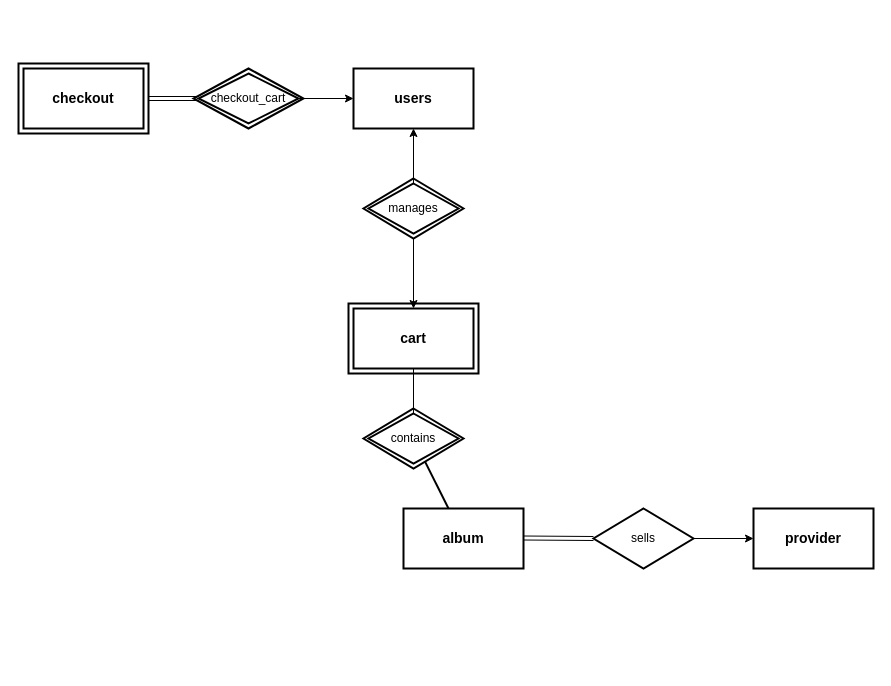
The draw.io diagram design/shopping.drawio in happyoogabooga/ShoppingCart, before the edit. Source tidied: cells renumbered, new cells numbered last; positions are measured from the earlier drawing's top-left corner, leaving out a move shared by most shapes. Both pictures are drawn from the tidied source at 100%, with x=0, y=0 at pixel (18, 63).
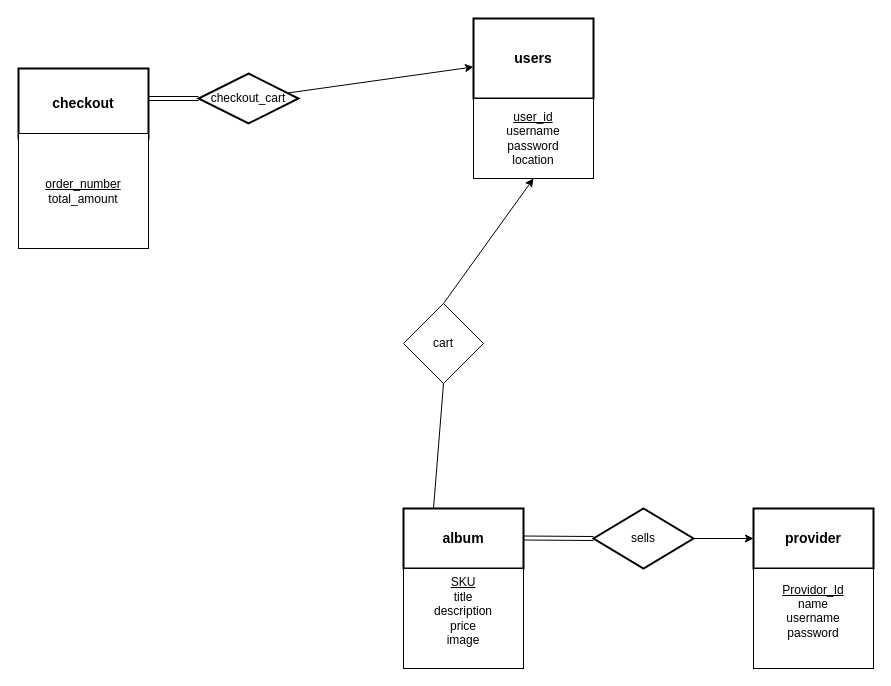
After the change.

Unchanged cells that the change refers to:
```xml
<mxCell id="4" value="album" style="rounded=0;whiteSpace=wrap;html=1;strokeWidth=2;fontSize=14;fontStyle=1;" parent="1" vertex="1">
  <mxGeometry x="385" y="445" width="120" height="60" as="geometry" />
</mxCell>
```

Change to the diagram source:
```diff
@@
-    <mxCell id="2" value="users" style="rounded=0;whiteSpace=wrap;html=1;strokeWidth=2;fontSize=14;fontStyle=1;" parent="1" vertex="1">
-      <mxGeometry x="335" y="5" width="120" height="60" as="geometry" />
-    </mxCell>
@@
-    <mxCell id="5" style="rounded=0;whiteSpace=wrap;html=1;strokeWidth=2;fillColor=none;" parent="1" vertex="1">
-      <mxGeometry x="330" y="240" width="130" height="70" as="geometry" />
-    </mxCell>
-    <mxCell id="6" style="edgeStyle=none;html=1;endArrow=none;endFill=0;" parent="1" edge="1" source="7" target="18">
-      <mxGeometry relative="1" as="geometry" />
-    </mxCell>
-    <mxCell id="7" value="cart" style="rounded=0;whiteSpace=wrap;html=1;strokeWidth=2;fontSize=14;fontStyle=1;" parent="1" vertex="1">
-      <mxGeometry x="335" y="245" width="120" height="60" as="geometry" />
-    </mxCell>
-    <mxCell id="8" style="rounded=0;whiteSpace=wrap;html=1;strokeWidth=2;fillColor=none;" parent="1" vertex="1">
-      <mxGeometry width="130" height="70" as="geometry" />
-    </mxCell>
     <mxCell id="9" value="checkout" style="rounded=0;whiteSpace=wrap;html=1;strokeWidth=2;fontSize=14;fontStyle=1;" parent="1" vertex="1">
-      <mxGeometry x="5" y="5" width="120" height="60" as="geometry" />
+      <mxGeometry y="5" width="130" height="70" as="geometry" />
     </mxCell>
-    <mxCell id="10" style="edgeStyle=none;html=1;" parent="1" edge="1" source="11" target="7">
-      <mxGeometry relative="1" as="geometry" />
-    </mxCell>
-    <mxCell id="11" style="rhombus;whiteSpace=wrap;html=1;strokeWidth=2;fillColor=none;" parent="1" vertex="1">
-      <mxGeometry x="345" y="115" width="100" height="60" as="geometry" />
-    </mxCell>
-    <mxCell id="12" style="edgeStyle=none;html=1;" parent="1" edge="1" source="13" target="2">
-      <mxGeometry relative="1" as="geometry" />
-    </mxCell>
-    <mxCell id="13" value="manages" style="rhombus;whiteSpace=wrap;html=1;strokeWidth=2;fontSize=12;" parent="1" vertex="1">
-      <mxGeometry x="350" y="120" width="90" height="50" as="geometry" />
-    </mxCell>
-    <mxCell id="14" style="rhombus;whiteSpace=wrap;html=1;strokeWidth=2;fillColor=none;" parent="1" vertex="1">
-      <mxGeometry x="175" y="5" width="110" height="60" as="geometry" />
-    </mxCell>
@@
-    <mxCell id="16" value="checkout_cart" style="rhombus;whiteSpace=wrap;html=1;strokeWidth=2;fontSize=12;" parent="1" vertex="1">
-      <mxGeometry x="180" y="10" width="100" height="50" as="geometry" />
-    </mxCell>
-    <mxCell id="17" style="rhombus;whiteSpace=wrap;html=1;strokeWidth=2;fillColor=none;" parent="1" vertex="1">
-      <mxGeometry x="345" y="345" width="100" height="60" as="geometry" />
-    </mxCell>
-    <mxCell id="18" value="contains" style="rhombus;whiteSpace=wrap;html=1;strokeWidth=2;fontSize=12;" parent="1" vertex="1">
-      <mxGeometry x="350" y="350" width="90" height="50" as="geometry" />
-    </mxCell>
@@
-    <mxCell id="21" style="endArrow=none;html=1;strokeWidth=2;fontSize=14;fontStyle=1;" parent="1" edge="1" source="17" target="4">
-      <mxGeometry relative="1" as="geometry" />
-    </mxCell>
@@
+    <mxCell id="24" value="&lt;u&gt;order_number&lt;/u&gt;&lt;div&gt;total_amount&lt;/div&gt;" style="rounded=0;whiteSpace=wrap;html=1;" parent="1" vertex="1">
+      <mxGeometry y="70" width="130" height="115" as="geometry" />
+    </mxCell>
+    <mxCell id="25" value="&lt;u&gt;SKU&lt;/u&gt;&lt;div&gt;title&lt;/div&gt;&lt;div&gt;description&lt;/div&gt;&lt;div&gt;price&lt;/div&gt;&lt;div&gt;image&lt;br&gt;&lt;div&gt;&lt;u&gt;&lt;br&gt;&lt;/u&gt;&lt;/div&gt;&lt;/div&gt;" style="rounded=0;whiteSpace=wrap;html=1;" parent="1" vertex="1">
+      <mxGeometry x="385" y="505" width="120" height="100" as="geometry" />
+    </mxCell>
+    <mxCell id="26" value="&lt;u&gt;Providor_Id&lt;/u&gt;&lt;div&gt;name&lt;/div&gt;&lt;div&gt;username&lt;/div&gt;&lt;div&gt;password&lt;/div&gt;&lt;div&gt;&lt;br&gt;&lt;/div&gt;" style="rounded=0;whiteSpace=wrap;html=1;" parent="1" vertex="1">
+      <mxGeometry x="735" y="505" width="120" height="100" as="geometry" />
+    </mxCell>
+    <mxCell id="27" style="group;" parent="1" vertex="1">
+      <mxGeometry x="455" y="-45" width="120" height="160" as="geometry" />
+    </mxCell>
+    <mxCell id="2" value="users" style="rounded=0;whiteSpace=wrap;html=1;strokeWidth=2;fontSize=14;fontStyle=1;" parent="27" vertex="1">
+      <mxGeometry width="120" height="80" as="geometry" />
+    </mxCell>
+    <mxCell id="28" value="&lt;u&gt;user_id&lt;/u&gt;&lt;div&gt;username&lt;/div&gt;&lt;div&gt;password&lt;/div&gt;&lt;div&gt;location&lt;/div&gt;" style="rounded=0;whiteSpace=wrap;html=1;" parent="27" vertex="1">
+      <mxGeometry y="80" width="120" height="80" as="geometry" />
+    </mxCell>
+    <mxCell id="7" value="cart" style="rhombus;whiteSpace=wrap;html=1;shapeInside=1;" parent="1" vertex="1">
+      <mxGeometry x="385" y="240" width="80" height="80" as="geometry" />
+    </mxCell>
+    <mxCell id="29" style="endArrow=classic;html=1;entryX=0.5;entryY=1;entryDx=0;entryDy=0;" parent="1" edge="1" target="28">
+      <mxGeometry relative="1" as="geometry">
+        <mxPoint x="425" y="240" as="sourcePoint" />
+      </mxGeometry>
+    </mxCell>
+    <mxCell id="30" style="endArrow=none;html=1;exitX=0.25;exitY=0;exitDx=0;exitDy=0;" parent="1" edge="1" source="4">
+      <mxGeometry relative="1" as="geometry">
+        <mxPoint x="425" y="320" as="targetPoint" />
+      </mxGeometry>
+    </mxCell>
+    <mxCell id="16" value="checkout_cart" style="rhombus;whiteSpace=wrap;html=1;strokeWidth=2;fontSize=12;" parent="1" vertex="1">
+      <mxGeometry x="180" y="10" width="100" height="50" as="geometry" />
+    </mxCell>
```
